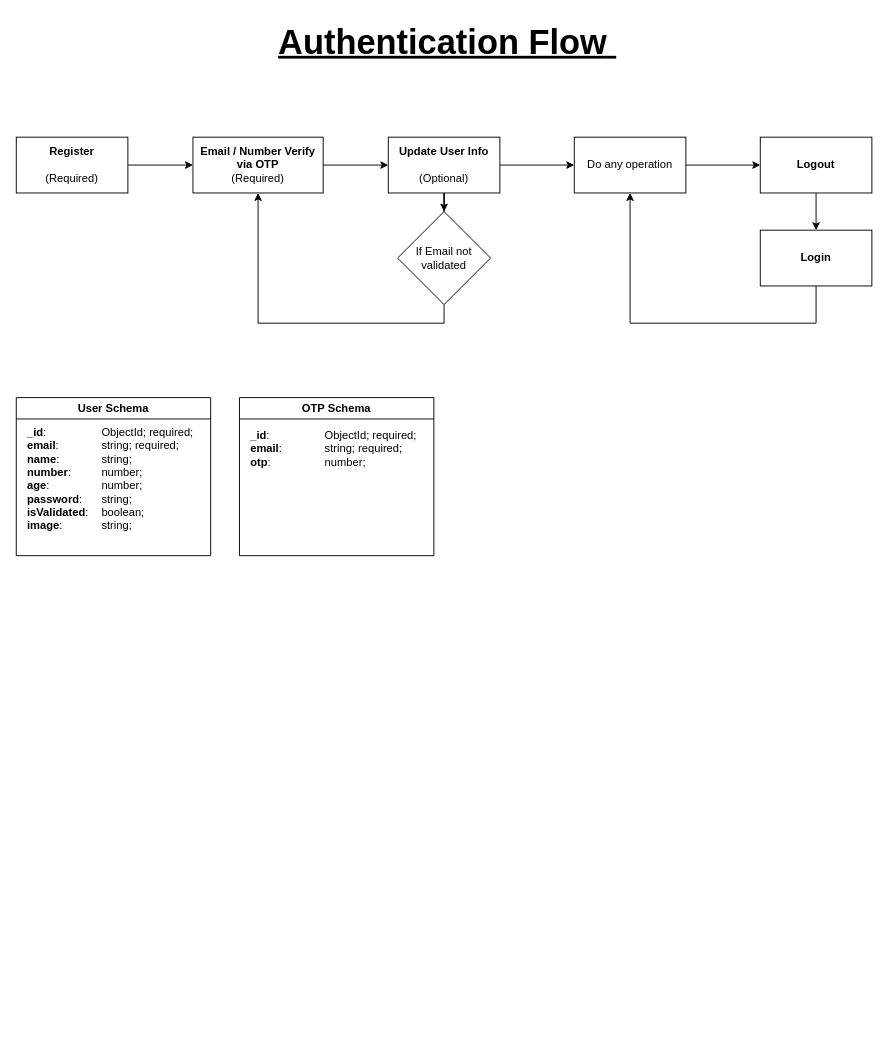
This is server/authentication-flow.drawio from JiveshRajput/url-shortner, a draw.io file, before an edit. Source tidied: cells renumbered, new cells numbered last; positions are measured from the earlier drawing's top-left corner, leaving out a move shared by most shapes. Both pictures are drawn from the tidied source at 93%, with x=0, y=0 at pixel (16, 16).
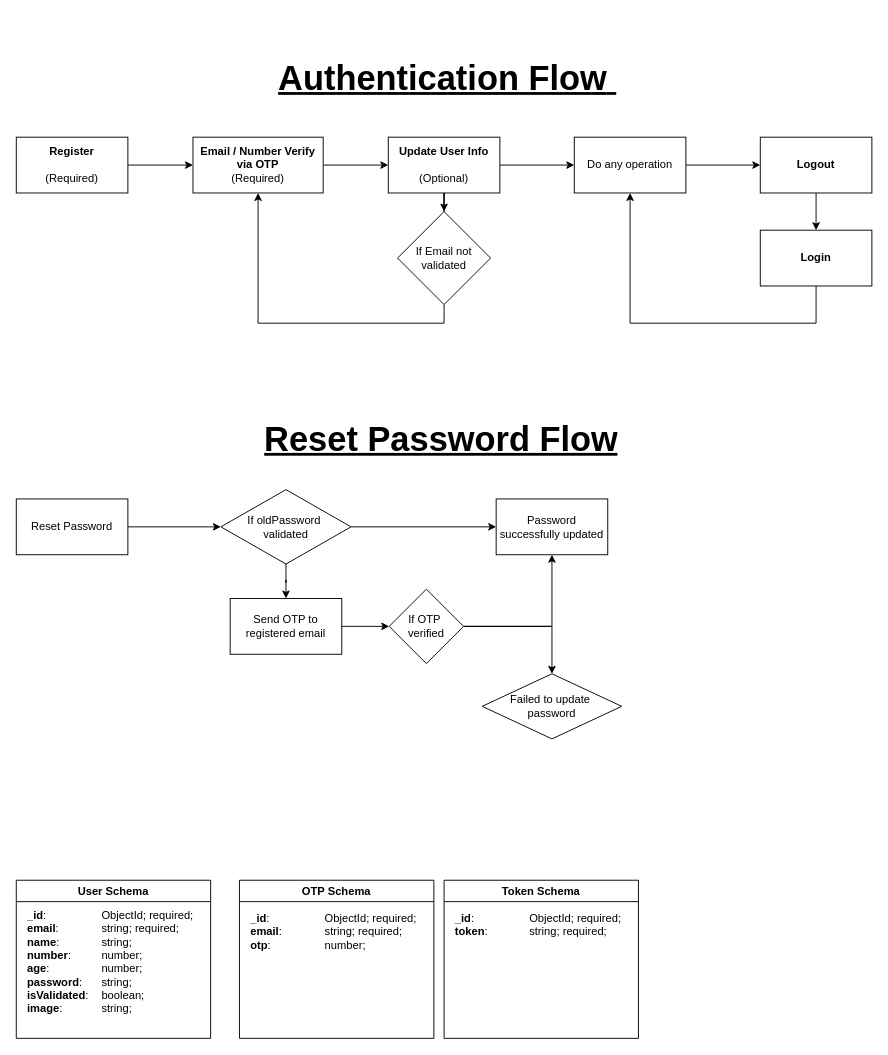
The same page after the edit.

What changed in the source:
```diff
@@
-    <mxCell id="17" value="&lt;h1 style=&quot;text-align: center; margin-top: 0px;&quot;&gt;&lt;span style=&quot;background-color: initial; font-size: 37px;&quot;&gt;&lt;u&gt;Authentication Flow&lt;span style=&quot;font-weight: 400;&quot;&gt;&amp;nbsp;&lt;/span&gt;&lt;/u&gt;&lt;/span&gt;&lt;br&gt;&lt;/h1&gt;" style="text;html=1;whiteSpace=wrap;overflow=hidden;rounded=0;" parent="1" vertex="1">
-      <mxGeometry x="280" width="370" height="60" as="geometry" />
+    <mxCell id="17" value="&lt;h1 style=&quot;text-align: center; margin-top: 0px;&quot;&gt;&lt;span style=&quot;background-color: initial; font-size: 37px;&quot;&gt;&lt;u&gt;Authentication Flow&lt;span style=&quot;font-weight: 400;&quot;&gt;&amp;nbsp;&lt;/span&gt;&lt;/u&gt;&lt;/span&gt;&lt;/h1&gt;" style="text;html=1;whiteSpace=wrap;overflow=hidden;rounded=0;" parent="1" vertex="1">
+      <mxGeometry x="280" y="39" width="370" height="60" as="geometry" />
     </mxCell>
     <mxCell id="18" value="User Schema" style="swimlane;whiteSpace=wrap;html=1;" parent="1" vertex="1">
-      <mxGeometry y="410" width="209" height="170" as="geometry" />
+      <mxGeometry y="929" width="209" height="170" as="geometry" />
     </mxCell>
@@
     <mxCell id="20" value="OTP Schema" style="swimlane;whiteSpace=wrap;html=1;" parent="1" vertex="1">
-      <mxGeometry x="240" y="410" width="209" height="170" as="geometry" />
+      <mxGeometry x="240" y="929" width="209" height="170" as="geometry" />
     </mxCell>
@@
+    <mxCell id="22" value="&lt;h1 style=&quot;text-align: center; margin-top: 0px;&quot;&gt;&lt;span style=&quot;background-color: initial; font-size: 37px;&quot;&gt;&lt;u&gt;Reset Password Flow&lt;/u&gt;&lt;/span&gt;&lt;/h1&gt;" style="text;html=1;whiteSpace=wrap;overflow=hidden;rounded=0;" parent="1" vertex="1">
+      <mxGeometry x="265" y="427" width="400" height="60" as="geometry" />
+    </mxCell>
+    <mxCell id="23" style="edgeStyle=orthogonalEdgeStyle;rounded=0;jettySize=auto;html=1;" parent="1" edge="1" source="24" target="27">
+      <mxGeometry relative="1" as="geometry" />
+    </mxCell>
+    <mxCell id="24" value="Reset Password" style="rounded=0;whiteSpace=wrap;html=1;" parent="1" vertex="1">
+      <mxGeometry y="519" width="120" height="60" as="geometry" />
+    </mxCell>
+    <mxCell id="25" style="edgeStyle=orthogonalEdgeStyle;rounded=0;jettySize=auto;html=1;" parent="1" edge="1" source="27" target="28">
+      <mxGeometry relative="1" as="geometry" />
+    </mxCell>
+    <mxCell id="26" style="edgeStyle=orthogonalEdgeStyle;rounded=0;jettySize=auto;html=1;" parent="1" edge="1" source="27" target="30">
+      <mxGeometry relative="1" as="geometry" />
+    </mxCell>
+    <mxCell id="27" value="If oldPassword&amp;nbsp;&lt;div&gt;validated&lt;/div&gt;" style="rhombus;whiteSpace=wrap;html=1;rounded=0;" parent="1" vertex="1">
+      <mxGeometry x="220" y="509" width="140" height="80" as="geometry" />
+    </mxCell>
+    <mxCell id="28" value="Password successfully updated" style="whiteSpace=wrap;html=1;rounded=0;" parent="1" vertex="1">
+      <mxGeometry x="516" y="519" width="120" height="60" as="geometry" />
+    </mxCell>
+    <mxCell id="29" style="edgeStyle=orthogonalEdgeStyle;rounded=0;jettySize=auto;html=1;" parent="1" edge="1" source="30" target="33">
+      <mxGeometry relative="1" as="geometry" />
+    </mxCell>
+    <mxCell id="30" value="Send OTP to registered email" style="whiteSpace=wrap;html=1;rounded=0;" parent="1" vertex="1">
+      <mxGeometry x="230" y="626" width="120" height="60" as="geometry" />
+    </mxCell>
+    <mxCell id="31" style="edgeStyle=orthogonalEdgeStyle;rounded=0;jettySize=auto;html=1;exitX=1;exitY=0.5;exitDx=0;exitDy=0;entryX=0.5;entryY=1;entryDx=0;entryDy=0;" parent="1" edge="1" source="33" target="28">
+      <mxGeometry relative="1" as="geometry" />
+    </mxCell>
+    <mxCell id="32" style="edgeStyle=orthogonalEdgeStyle;rounded=0;jettySize=auto;html=1;" parent="1" edge="1" source="33" target="34">
+      <mxGeometry relative="1" as="geometry" />
+    </mxCell>
+    <mxCell id="33" value="If OTP&amp;nbsp;&lt;div&gt;verified&lt;/div&gt;" style="rhombus;whiteSpace=wrap;html=1;rounded=0;" parent="1" vertex="1">
+      <mxGeometry x="401" y="616" width="80" height="80" as="geometry" />
+    </mxCell>
+    <mxCell id="34" value="Failed to update&amp;nbsp;&lt;div&gt;password&lt;/div&gt;" style="rhombus;whiteSpace=wrap;html=1;rounded=0;" parent="1" vertex="1">
+      <mxGeometry x="501" y="707" width="150" height="70" as="geometry" />
+    </mxCell>
+    <mxCell id="35" value="Token Schema" style="swimlane;whiteSpace=wrap;html=1;" parent="1" vertex="1">
+      <mxGeometry x="460" y="929" width="209" height="170" as="geometry" />
+    </mxCell>
+    <mxCell id="36" value="&lt;div&gt;&lt;span style=&quot;background-color: initial;&quot;&gt;&lt;b&gt;_id&lt;/b&gt;:&lt;span style=&quot;white-space: pre;&quot;&gt;&#9;&lt;/span&gt;&lt;span style=&quot;white-space: pre;&quot;&gt;&#9;&lt;/span&gt;&lt;span style=&quot;white-space: pre;&quot;&gt;&#9;&lt;/span&gt;ObjectId; required;&lt;/span&gt;&lt;/div&gt;&lt;div&gt;&lt;b style=&quot;background-color: initial;&quot;&gt;token&lt;/b&gt;&lt;span style=&quot;background-color: initial;&quot;&gt;:&amp;nbsp;&lt;span style=&quot;white-space: pre;&quot;&gt;&#9;&lt;/span&gt;&lt;span style=&quot;white-space: pre;&quot;&gt;&#9;&lt;/span&gt;&lt;/span&gt;&lt;span style=&quot;background-color: initial;&quot;&gt;string; required;&lt;/span&gt;&lt;br&gt;&lt;/div&gt;&lt;div&gt;&lt;br&gt;&lt;/div&gt;" style="text;html=1;align=left;verticalAlign=middle;whiteSpace=wrap;rounded=0;" parent="35" vertex="1">
+      <mxGeometry x="10" y="30" width="190" height="50" as="geometry" />
+    </mxCell>
```
